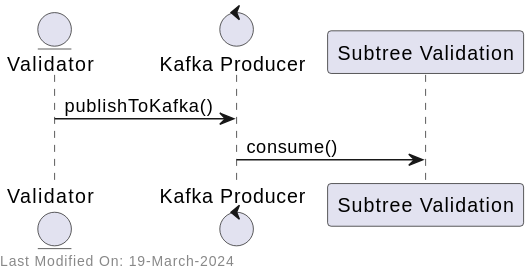
freemans13/teranode keeps this PlantUML diagram as docs/services/img/plantuml/validator/tx_validation_subtree_validation.svg. Above is the earlier version. Its source is kept beside it as docs/services/img/plantuml/validator/tx_validation_subtree_validation.puml. The source it was exported from:
```plantuml
@startuml
entity Validator
control "Kafka Producer" as Kafka
participant "Subtree Validation" as SubtreeValidation

Validator -> Kafka: publishToKafka()
Kafka -> SubtreeValidation: consume()

left footer Last Modified On: %date("dd-MMM-yyyy")

@enduml
```
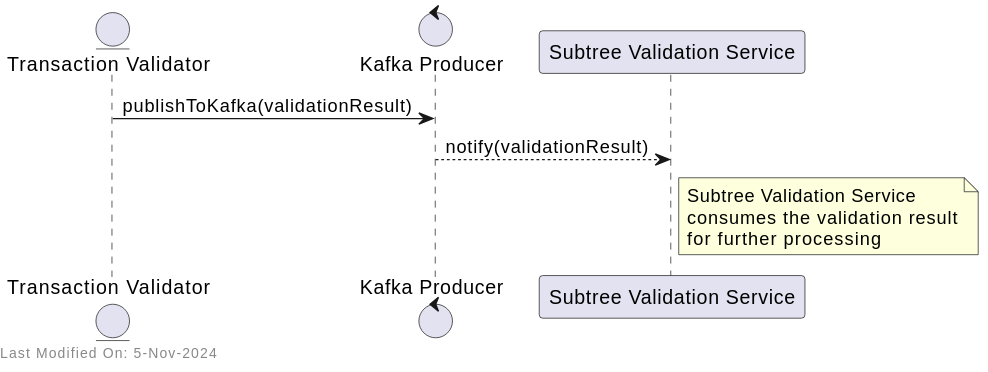
After the change.

Commit message:
Documentation - restructure Validator Service documentation for better separation of design and reference documents #1395

What changed in the source:
```diff
@@ -1,10 +1,16 @@
 @startuml
-entity Validator
+entity "Transaction Validator" as TxValidator
 control "Kafka Producer" as Kafka
-participant "Subtree Validation" as SubtreeValidation
+participant "Subtree Validation Service" as SubtreeValidation
 
-Validator -> Kafka: publishToKafka()
-Kafka -> SubtreeValidation: consume()
+TxValidator -> Kafka: publishToKafka(validationResult)
+Kafka --> SubtreeValidation: notify(validationResult)
+
+note right of SubtreeValidation
+  Subtree Validation Service
+  consumes the validation result
+  for further processing
+end note
 
 left footer Last Modified On: %date("dd-MMM-yyyy")
 
```
